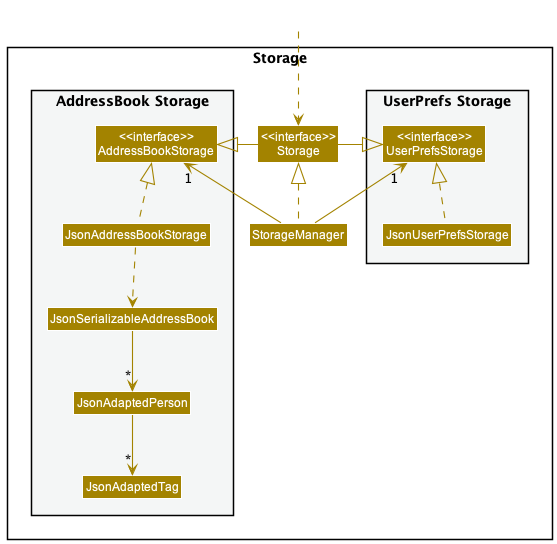
nus-cs2103-AY2223S1/tp keeps this PlantUML diagram as docs/images/StorageClassDiagram.png. Above is the earlier version.
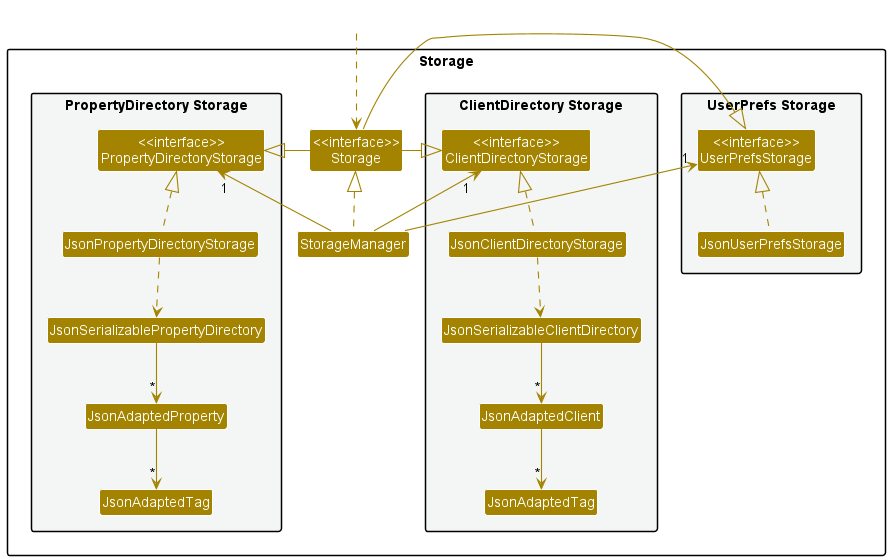
Above is the later version.

Change to the diagram source:
```diff
@@ -14,14 +14,21 @@
 Class "<<interface>>\nStorage" as Storage
 Class StorageManager
 
-package "AddressBook Storage" #F4F6F6{
-Class "<<interface>>\nAddressBookStorage" as AddressBookStorage
-Class JsonAddressBookStorage
-Class JsonSerializableAddressBook
-Class JsonAdaptedPerson
+package "PropertyDirectory Storage" #F4F6F6{
+Class "<<interface>>\nPropertyDirectoryStorage" as PropertyDirectoryStorage
+Class JsonPropertyDirectoryStorage
+Class JsonSerializablePropertyDirectory
+Class JsonAdaptedProperty
 Class JsonAdaptedTag
 }
 
+package "ClientDirectory Storage" #F4F6F6{
+Class "<<interface>>\nClientDirectoryStorage" as ClientDirectoryStorage
+Class JsonClientDirectoryStorage
+Class JsonSerializableClientDirectory
+Class JsonAdaptedClient
+Class "JsonAdaptedTag" as JsonAdaptedTagForClient
+}
 }
 
 Class HiddenOutside #FFFFFF
@@ -29,15 +36,21 @@
 
 StorageManager .up.|> Storage
 StorageManager -up-> "1" UserPrefsStorage
-StorageManager -up-> "1" AddressBookStorage
+StorageManager -up-> "1" PropertyDirectoryStorage
+StorageManager -up-> "1" ClientDirectoryStorage
 
 Storage -left-|> UserPrefsStorage
-Storage -right-|> AddressBookStorage
+Storage -right-|> PropertyDirectoryStorage
+Storage -right-|> ClientDirectoryStorage
 
 JsonUserPrefsStorage .up.|> UserPrefsStorage
-JsonAddressBookStorage .up.|> AddressBookStorage
-JsonAddressBookStorage ..> JsonSerializableAddressBook
-JsonSerializableAddressBook --> "*" JsonAdaptedPerson
-JsonAdaptedPerson --> "*" JsonAdaptedTag
+JsonPropertyDirectoryStorage .up.|> PropertyDirectoryStorage
+JsonPropertyDirectoryStorage ..> JsonSerializablePropertyDirectory
+JsonSerializablePropertyDirectory --> "*" JsonAdaptedProperty
+JsonAdaptedProperty --> "*" JsonAdaptedTag
 
+JsonClientDirectoryStorage .up.|> ClientDirectoryStorage
+JsonClientDirectoryStorage ..> JsonSerializableClientDirectory
+JsonSerializableClientDirectory --> "*" JsonAdaptedClient
+JsonAdaptedClient --> "*" JsonAdaptedTagForClient
 @enduml
```
